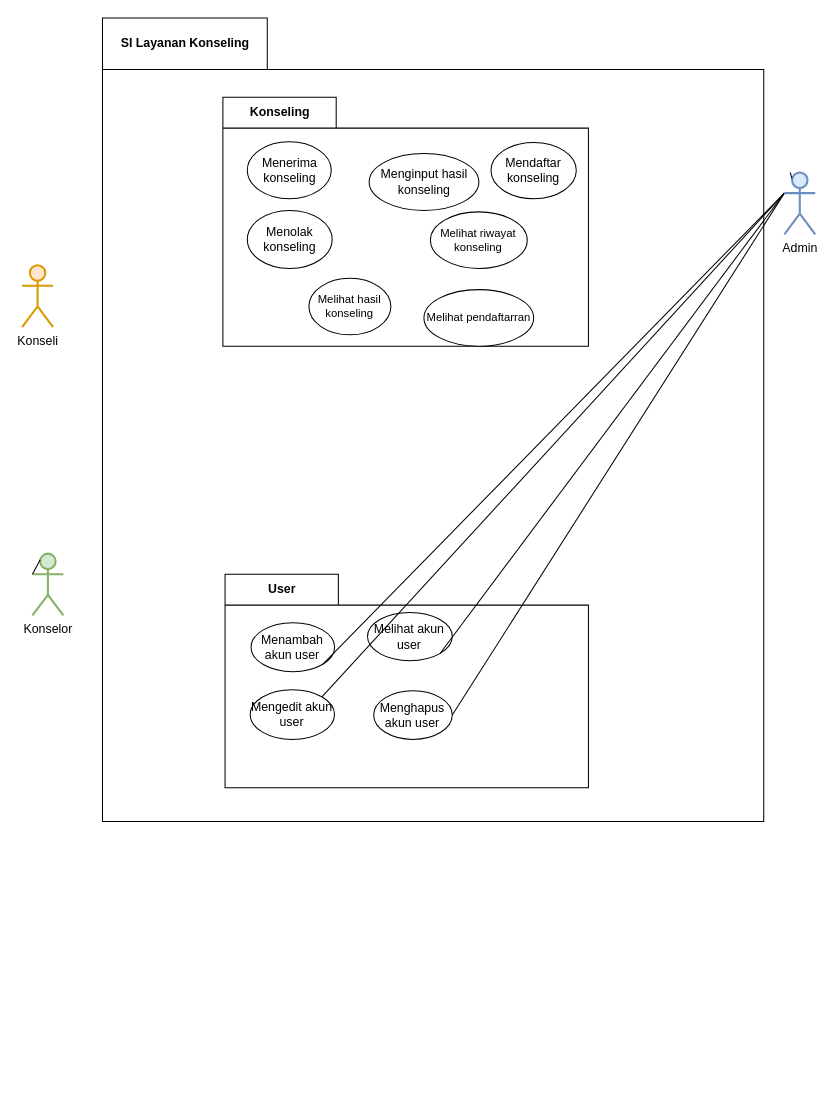
Above: page "Package Diagram" (3 of 3) of UML.drawio in rhmdin/TB-APSI (draw.io), before the change. Source tidied: cells renumbered, new cells numbered last; positions are measured from the earlier drawing's top-left corner, leaving out a move shared by most shapes. Both pictures are drawn from the tidied source at 103%, with x=0, y=0 at pixel (22, 18).
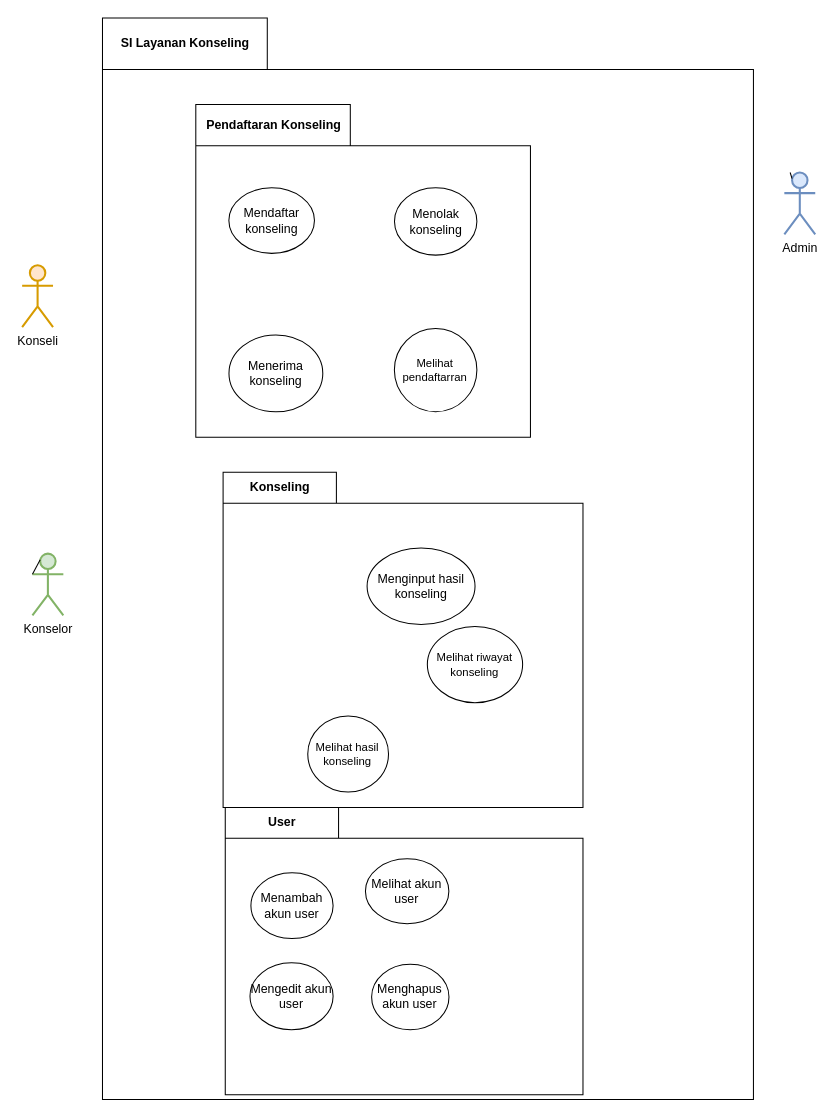
After the change.

Commit message:
package diagram

Unchanged cells that the change refers to:
```xml
<mxCell id="23" value="Admin" style="shape=umlActor;verticalLabelPosition=bottom;verticalAlign=top;html=1;outlineConnect=0;fillColor=#dae8fc;strokeColor=#6c8ebf;strokeWidth=2;" parent="1" vertex="1">
  <mxGeometry x="740" y="150" width="30" height="60" as="geometry" />
</mxCell>
```

Change to the diagram source:
```diff
@@
     <mxCell id="2" value="SI Layanan Konseling" style="shape=folder;fontStyle=1;tabWidth=160;tabHeight=50;tabPosition=left;html=1;boundedLbl=1;labelInHeader=1;" parent="1" vertex="1">
-      <mxGeometry x="78" width="642" height="780" as="geometry" />
+      <mxGeometry x="78" width="632" height="1050" as="geometry" />
     </mxCell>
     <mxCell id="3" value="&amp;nbsp;" style="html=1;strokeColor=none;fillColor=none;" parent="2" vertex="1">
-      <mxGeometry width="642" height="546" relative="1" as="geometry">
+      <mxGeometry width="632" height="735" relative="1" as="geometry">
         <mxPoint y="30" as="offset" />
       </mxGeometry>
     </mxCell>
     <mxCell id="4" value="User" style="shape=folder;fontStyle=1;tabWidth=110;tabHeight=30;tabPosition=left;html=1;boundedLbl=1;labelInHeader=1;" parent="2" vertex="1">
-      <mxGeometry x="119" y="540" width="352.8" height="207.3" as="geometry" />
+      <mxGeometry x="119.2" y="766.4" width="347.3" height="279" as="geometry" />
     </mxCell>
     <mxCell id="5" style="html=1;strokeColor=none;fillColor=none;" parent="4" vertex="1">
-      <mxGeometry width="352.84" height="145.09" relative="1" as="geometry">
+      <mxGeometry width="347.34" height="195.31" relative="1" as="geometry">
         <mxPoint y="30" as="offset" />
       </mxGeometry>
     </mxCell>
     <mxCell id="6" value="Menambah akun user" style="ellipse;whiteSpace=wrap;html=1;" parent="4" vertex="1">
-      <mxGeometry x="25.3" y="47.1" width="81.1" height="47.5" as="geometry" />
+      <mxGeometry x="24.9" y="63.4" width="79.8" height="63.9" as="geometry" />
     </mxCell>
     <mxCell id="7" value="Mengedit akun user" style="ellipse;whiteSpace=wrap;html=1;" parent="4" vertex="1">
-      <mxGeometry x="24.4" y="112.1" width="81.9" height="48.3" as="geometry" />
+      <mxGeometry x="24" y="150.8" width="80.7" height="65.1" as="geometry" />
     </mxCell>
     <mxCell id="8" value="Melihat akun user" style="ellipse;whiteSpace=wrap;html=1;" parent="4" vertex="1">
-      <mxGeometry x="138.3" y="37.1" width="82.3" height="46.8" as="geometry" />
+      <mxGeometry x="136.1" y="49.9" width="81" height="63" as="geometry" />
     </mxCell>
     <mxCell id="9" value="Menghapus akun user" style="ellipse;whiteSpace=wrap;html=1;" parent="4" vertex="1">
-      <mxGeometry x="144.3" y="113.1" width="76.3" height="47.3" as="geometry" />
+      <mxGeometry x="142.1" y="152.2" width="75.1" height="63.7" as="geometry" />
     </mxCell>
     <mxCell id="10" value="Konseling" style="shape=folder;fontStyle=1;tabWidth=110;tabHeight=30;tabPosition=left;html=1;boundedLbl=1;labelInHeader=1;" parent="2" vertex="1">
-      <mxGeometry x="116.9" y="76.9" width="354.9" height="241.7" as="geometry" />
+      <mxGeometry x="117.1" y="441" width="349.4" height="325.4" as="geometry" />
     </mxCell>
     <mxCell id="11" style="html=1;strokeColor=none;fillColor=none;" parent="10" vertex="1">
-      <mxGeometry width="354.93" height="169.18" relative="1" as="geometry">
+      <mxGeometry width="349.4" height="227.75" relative="1" as="geometry">
         <mxPoint y="30" as="offset" />
       </mxGeometry>
     </mxCell>
+    <mxCell id="15" value="Menginput hasil konseling" style="ellipse;whiteSpace=wrap;html=1;" parent="10" vertex="1">
+      <mxGeometry x="139.8" y="73.6" width="104.8" height="74.3" as="geometry" />
+    </mxCell>
+    <mxCell id="17" value="Melihat riwayat konseling" style="ellipse;whiteSpace=wrap;html=1;fontSize=11;" parent="10" vertex="1">
+      <mxGeometry x="198.3" y="149.8" width="92.5" height="73.9" as="geometry" />
+    </mxCell>
+    <mxCell id="18" value="Melihat hasil konseling" style="ellipse;whiteSpace=wrap;html=1;fontSize=11;" parent="10" vertex="1">
+      <mxGeometry x="82.2" y="236.6" width="78.4" height="73.9" as="geometry" />
+    </mxCell>
+    <mxCell id="28" value="Pendaftaran Konseling" style="shape=folder;fontStyle=1;tabWidth=150;tabHeight=40;tabPosition=left;html=1;boundedLbl=1;labelInHeader=1;" parent="2" vertex="1">
+      <mxGeometry x="90.6" y="84" width="324.9" height="323.1" as="geometry" />
+    </mxCell>
+    <mxCell id="29" value="&amp;nbsp;" style="html=1;strokeColor=none;fillColor=none;" parent="28" vertex="1">
+      <mxGeometry width="324.86" height="226.15" relative="1" as="geometry">
+        <mxPoint y="30" as="offset" />
+      </mxGeometry>
+    </mxCell>
+    <mxCell id="14" value="Mendaftar konseling" style="ellipse;whiteSpace=wrap;html=1;" parent="28" vertex="1">
+      <mxGeometry x="32.1" y="80.8" width="83.1" height="63.7" as="geometry" />
+    </mxCell>
-    <mxCell id="12" value="Menerima konseling" style="ellipse;whiteSpace=wrap;html=1;" parent="10" vertex="1">
-      <mxGeometry x="23.7" y="43.2" width="81.5" height="55.3" as="geometry" />
+    <mxCell id="12" value="Menerima konseling" style="ellipse;whiteSpace=wrap;html=1;" parent="28" vertex="1">
+      <mxGeometry x="32.2" y="223.7" width="91.1" height="74.6" as="geometry" />
     </mxCell>
-    <mxCell id="13" value="Menolak konseling" style="ellipse;whiteSpace=wrap;html=1;" parent="10" vertex="1">
-      <mxGeometry x="23.7" y="109.9" width="82.4" height="56.4" as="geometry" />
+    <mxCell id="13" value="Menolak konseling" style="ellipse;whiteSpace=wrap;html=1;" parent="28" vertex="1">
+      <mxGeometry x="192.9" y="80.8" width="80" height="65.4" as="geometry" />
     </mxCell>
-    <mxCell id="14" value="Mendaftar konseling" style="ellipse;whiteSpace=wrap;html=1;" parent="10" vertex="1">
-      <mxGeometry x="260.3" y="43.9" width="82.8" height="54.6" as="geometry" />
-    </mxCell>
-    <mxCell id="15" value="Menginput hasil konseling" style="ellipse;whiteSpace=wrap;html=1;" parent="10" vertex="1">
-      <mxGeometry x="142" y="54.7" width="106.5" height="55.2" as="geometry" />
-    </mxCell>
-    <mxCell id="16" value="Melihat pendaftarran" style="ellipse;whiteSpace=wrap;html=1;fontSize=11;" parent="10" vertex="1">
-      <mxGeometry x="195.2" y="186.8" width="106.5" height="54.9" as="geometry" />
+    <mxCell id="16" value="Melihat pendaftarran" style="ellipse;whiteSpace=wrap;html=1;fontSize=11;" parent="28" vertex="1">
+      <mxGeometry x="192.8" y="217.4" width="80.1" height="80.8" as="geometry" />
     </mxCell>
-    <mxCell id="17" value="Melihat riwayat konseling" style="ellipse;whiteSpace=wrap;html=1;fontSize=11;" parent="10" vertex="1">
-      <mxGeometry x="201.5" y="111.3" width="94" height="54.9" as="geometry" />
-    </mxCell>
-    <mxCell id="18" value="Melihat hasil konseling" style="ellipse;whiteSpace=wrap;html=1;fontSize=11;" parent="10" vertex="1">
-      <mxGeometry x="83.5" y="175.8" width="79.6" height="54.9" as="geometry" />
-    </mxCell>
-    <mxCell id="19" style="rounded=0;jettySize=auto;html=1;exitX=0;exitY=0.3333333333333333;exitDx=0;exitDy=0;exitPerimeter=0;entryX=1;entryY=1;entryDx=0;entryDy=0;endArrow=none;endFill=0;" parent="1" edge="1" source="23" target="8">
-      <mxGeometry relative="1" as="geometry" />
-    </mxCell>
-    <mxCell id="20" style="edgeStyle=none;rounded=0;jettySize=auto;html=1;exitX=0;exitY=0.3333333333333333;exitDx=0;exitDy=0;exitPerimeter=0;entryX=1;entryY=0.5;entryDx=0;entryDy=0;endArrow=none;endFill=0;" parent="1" edge="1" source="23" target="9">
-      <mxGeometry relative="1" as="geometry" />
-    </mxCell>
-    <mxCell id="21" style="edgeStyle=none;rounded=0;jettySize=auto;html=1;exitX=0;exitY=0.3333333333333333;exitDx=0;exitDy=0;exitPerimeter=0;entryX=1;entryY=1;entryDx=0;entryDy=0;endArrow=none;endFill=0;" parent="1" edge="1" source="23" target="6">
-      <mxGeometry relative="1" as="geometry" />
-    </mxCell>
-    <mxCell id="22" style="edgeStyle=none;rounded=0;jettySize=auto;html=1;exitX=0;exitY=0.3333333333333333;exitDx=0;exitDy=0;exitPerimeter=0;entryX=1;entryY=0;entryDx=0;entryDy=0;endArrow=none;endFill=0;" parent="1" edge="1" source="23" target="7">
-      <mxGeometry relative="1" as="geometry" />
-    </mxCell>
```
